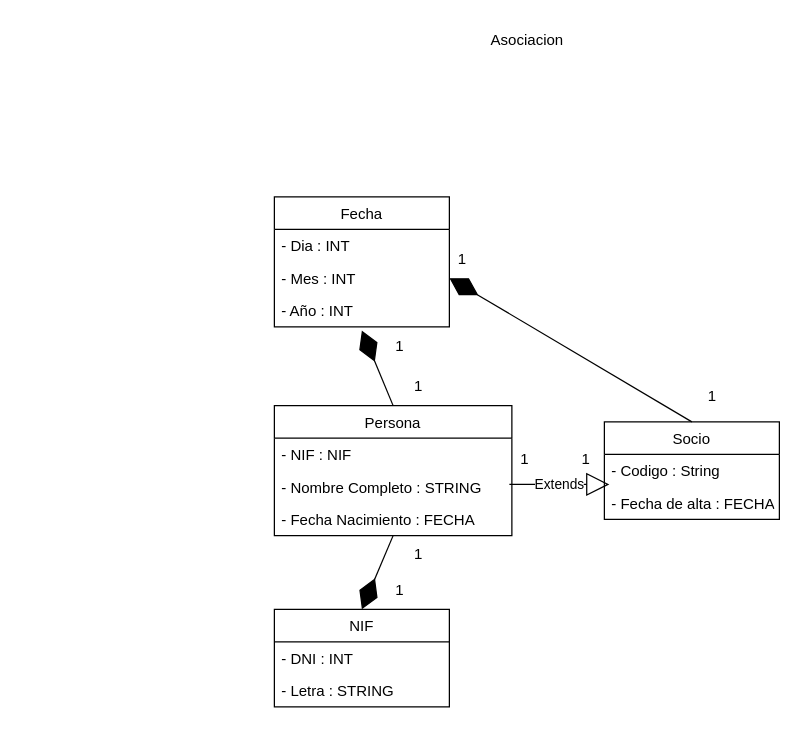
This is A13.4-Ivan_Da_Silva_Martin.drawio from GGamingESP/A13.4-Ivan, a draw.io file, before an edit. Source tidied: cells renumbered, new cells numbered last; positions are measured from the earlier drawing's top-left corner, leaving out a move shared by most shapes. Both pictures are drawn from the tidied source at 125%, with x=0, y=0 at pixel (274, 21).
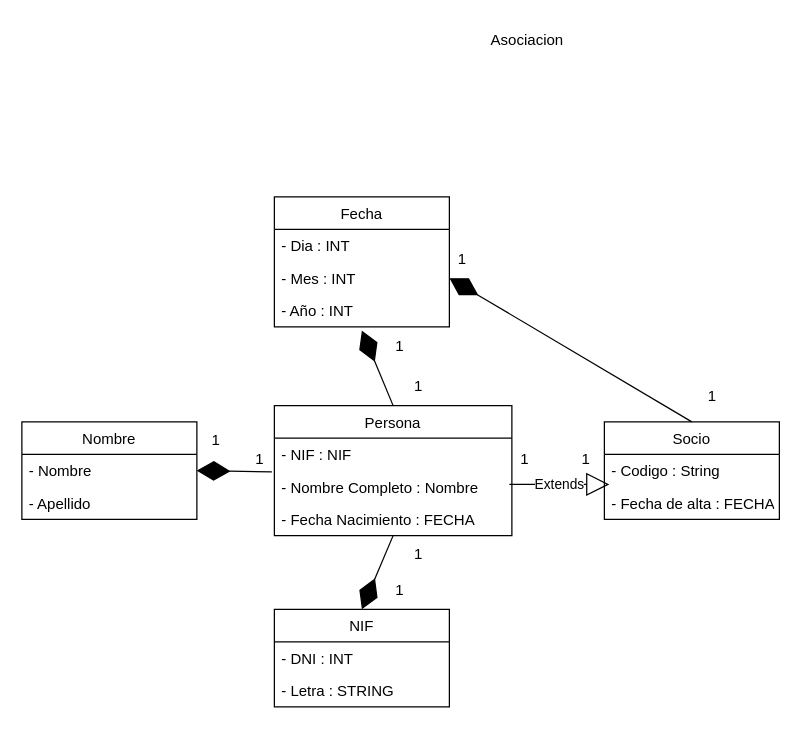
The same page after the edit.

Unchanged cells that the change refers to:
```xml
<mxCell id="3" value="Persona" style="swimlane;fontStyle=0;horizontal=1;startSize=26;fillColor=none;" parent="1" vertex="1">
  <mxGeometry y="307" width="190" height="104" as="geometry" />
</mxCell>
```

Diff of the diagram source:
```diff
@@
+    <mxCell id="29" style="endArrow=diamondThin;endFill=1;endSize=24;html=1;rounded=0;entryX=1;entryY=0.5;entryDx=0;entryDy=0;" parent="3" edge="1" target="31">
+      <mxGeometry relative="1" as="geometry">
+        <mxPoint x="-2" y="53" as="sourcePoint" />
+      </mxGeometry>
+    </mxCell>
-    <mxCell id="5" value="- Nombre Completo : STRING" style="text;strokeColor=none;fillColor=none;align=left;verticalAlign=top;spacingLeft=4;spacingRight=4;overflow=hidden;" parent="3" vertex="1">
+    <mxCell id="5" value="- Nombre Completo : Nombre" style="text;strokeColor=none;fillColor=none;align=left;verticalAlign=top;spacingLeft=4;spacingRight=4;overflow=hidden;" parent="3" vertex="1">
       <mxGeometry y="52" width="190" height="26" as="geometry" />
     </mxCell>
@@
+    <mxCell id="30" value="Nombre" style="swimlane;fontStyle=0;horizontal=1;startSize=26;fillColor=none;" parent="1" vertex="1">
+      <mxGeometry x="-202" y="320" width="140" height="78" as="geometry" />
+    </mxCell>
+    <mxCell id="31" value="- Nombre" style="text;strokeColor=none;fillColor=none;align=left;verticalAlign=top;spacingLeft=4;spacingRight=4;overflow=hidden;points=[[0,0.5],[1,0.5]];portConstraint=eastwest;" parent="30" vertex="1">
+      <mxGeometry y="26" width="140" height="26" as="geometry" />
+    </mxCell>
+    <mxCell id="32" value="- Apellido" style="text;strokeColor=none;fillColor=none;align=left;verticalAlign=top;spacingLeft=4;spacingRight=4;overflow=hidden;" parent="30" vertex="1">
+      <mxGeometry y="52" width="140" height="26" as="geometry" />
+    </mxCell>
+    <mxCell id="33" value="1" style="text;html=1;align=center;verticalAlign=middle;strokeColor=none;fillColor=none;" parent="1" vertex="1">
+      <mxGeometry x="-27" y="335" width="30" height="30" as="geometry" />
+    </mxCell>
+    <mxCell id="34" value="1" style="text;html=1;align=center;verticalAlign=middle;strokeColor=none;fillColor=none;" parent="1" vertex="1">
+      <mxGeometry x="-62" y="320" width="30" height="30" as="geometry" />
+    </mxCell>
```
